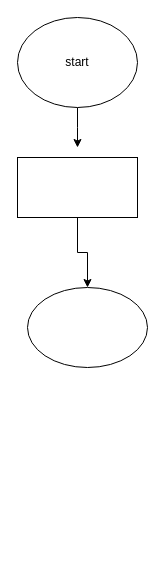
The draw.io diagram test.drawio in ocampojkq/ocampojkq-flowchart, before the edit. Source tidied: cells renumbered, new cells numbered last; positions are measured from the earlier drawing's top-left corner, leaving out a move shared by most shapes. Both pictures are drawn from the tidied source at 100%, with x=0, y=0 at pixel (17, 17).
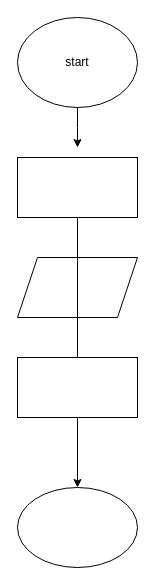
After the change.

Diff of the diagram source:
```diff
@@
 <mxGraphModel>
   <root>
     <mxCell id="0" />
     <mxCell id="1" parent="0" />
     <mxCell id="2" style="edgeStyle=orthogonalEdgeStyle;rounded=0;jettySize=auto;html=1;" parent="1" edge="1" source="3">
       <mxGeometry relative="1" as="geometry">
         <mxPoint x="60" y="130" as="targetPoint" />
       </mxGeometry>
     </mxCell>
     <mxCell id="3" value="start" style="ellipse;whiteSpace=wrap;html=1;" parent="1" vertex="1">
       <mxGeometry width="120" height="90" as="geometry" />
     </mxCell>
     <mxCell id="4" style="ellipse;whiteSpace=wrap;html=1;" parent="1" vertex="1">
-      <mxGeometry x="10" y="270" width="120" height="80" as="geometry" />
+      <mxGeometry y="470" width="120" height="80" as="geometry" />
     </mxCell>
-    <mxCell id="5" style="edgeStyle=orthogonalEdgeStyle;rounded=0;jettySize=auto;html=1;" parent="1" edge="1" source="6" target="4">
+    <mxCell id="5" style="edgeStyle=orthogonalEdgeStyle;rounded=0;jettySize=auto;html=1;startArrow=none;" parent="1" edge="1" source="9" target="4">
       <mxGeometry relative="1" as="geometry" />
     </mxCell>
     <mxCell id="6" style="rounded=0;whiteSpace=wrap;html=1;" parent="1" vertex="1">
       <mxGeometry y="140" width="120" height="60" as="geometry" />
     </mxCell>
+    <mxCell id="7" style="shape=parallelogram;perimeter=parallelogramPerimeter;whiteSpace=wrap;html=1;fixedSize=1;" parent="1" vertex="1">
+      <mxGeometry y="240" width="120" height="60" as="geometry" />
+    </mxCell>
+    <mxCell id="8" style="edgeStyle=orthogonalEdgeStyle;rounded=0;jettySize=auto;html=1;endArrow=none;" parent="1" edge="1" source="6" target="9">
+      <mxGeometry relative="1" as="geometry" />
+    </mxCell>
+    <mxCell id="9" style="rounded=0;whiteSpace=wrap;html=1;" parent="1" vertex="1">
+      <mxGeometry y="340" width="120" height="60" as="geometry" />
+    </mxCell>
   </root>
 </mxGraphModel>
```
